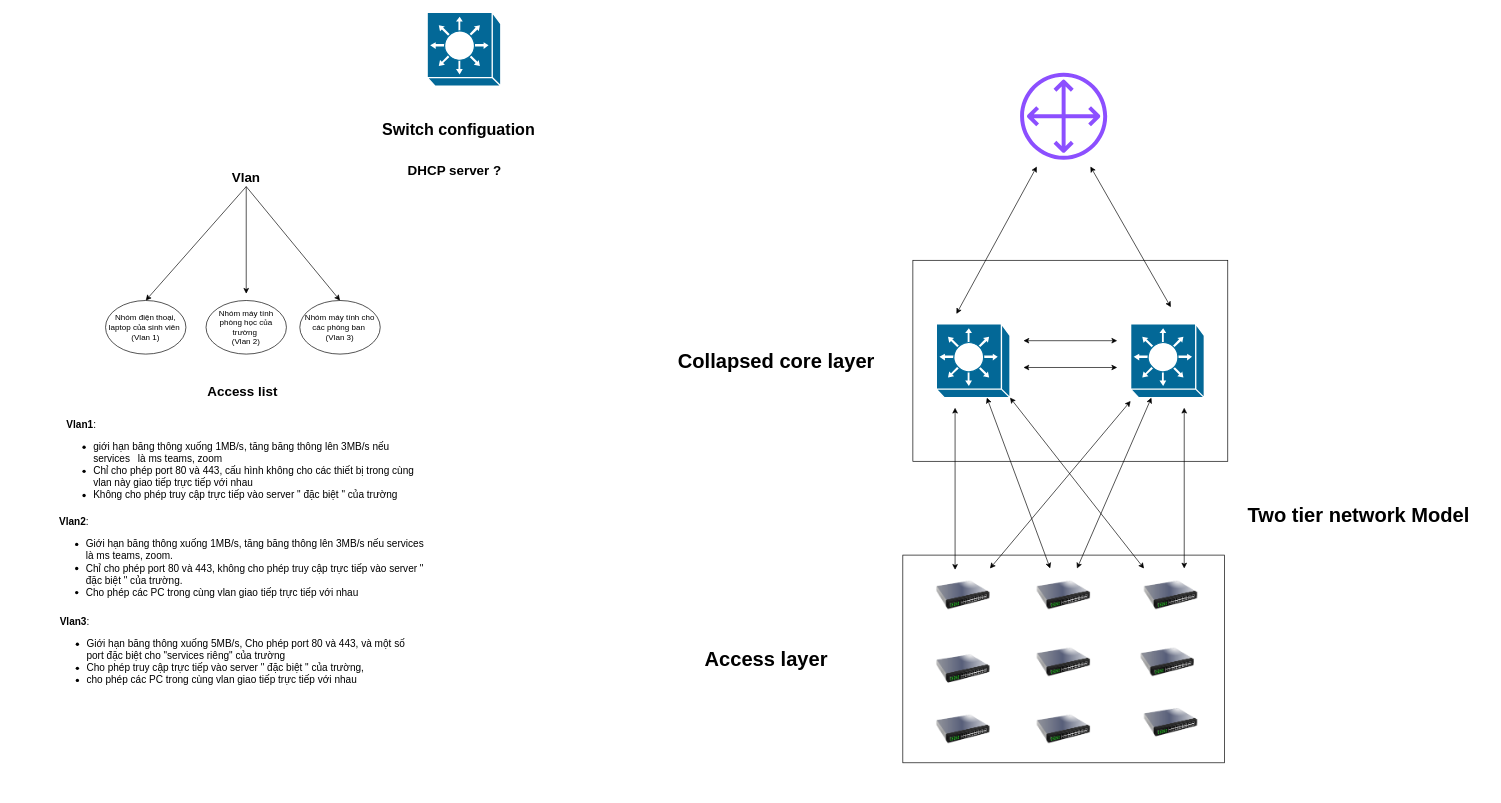
Above: page "logic" (2 of 2) of draft.drawio in UITProjects/NT113.O13.MMCL.Group4 (draw.io), before the change. Source tidied: cells renumbered, new cells numbered last; positions are measured from the earlier drawing's top-left corner, leaving out a move shared by most shapes. Both pictures are drawn from the tidied source at 67%, with x=0, y=0 at pixel (58, 12).
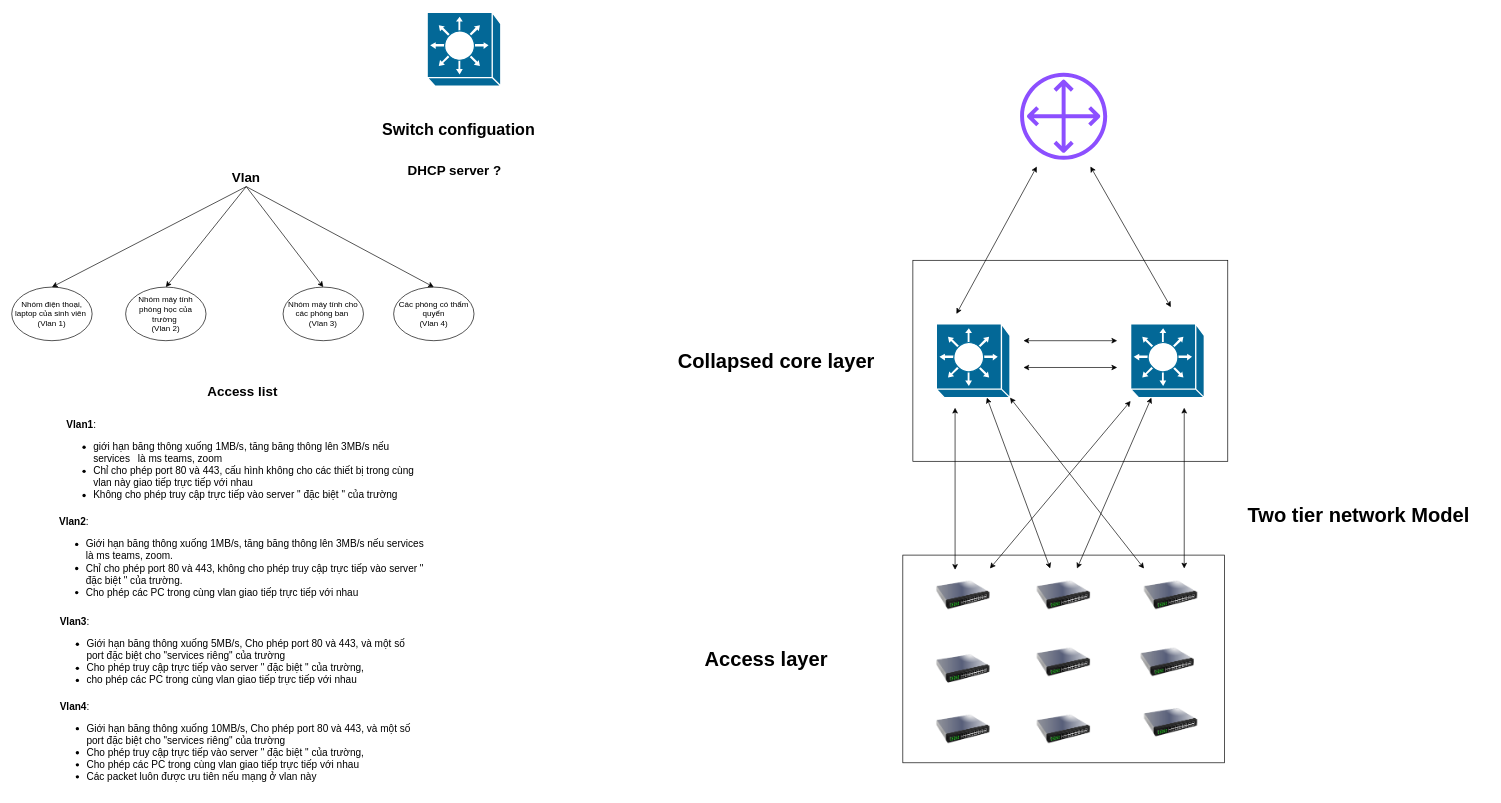
Above is the later version.

Commit message (it also covers changes not shown here):
chỉnh sửa sơ đồ mạng, logic, thêm định nghĩa các ACL

Unchanged cells that the change refers to:
```xml
<mxCell id="31" value="&lt;b&gt;&lt;font style=&quot;font-size: 20px;&quot;&gt;Vlan&lt;/font&gt;&lt;/b&gt;" style="text;html=1;strokeColor=none;fillColor=none;align=center;verticalAlign=middle;whiteSpace=wrap;rounded=0;" parent="1" vertex="1">
  <mxGeometry x="250" y="230" width="60" height="30" as="geometry" />
</mxCell>
```

Diff of the diagram source:
```diff
@@
     <mxCell id="27" value="Nhóm điện thoại, laptop của sinh viên&amp;nbsp;&lt;br&gt;(Vlan 1)" style="ellipse;whiteSpace=wrap;html=1;" parent="1" vertex="1">
-      <mxGeometry x="70" y="430" width="120" height="80" as="geometry" />
+      <mxGeometry x="-70" y="410" width="120" height="80" as="geometry" />
     </mxCell>
     <mxCell id="28" value="Nhóm máy tính phòng học của trường&amp;nbsp;&lt;br&gt;(Vlan 2)" style="ellipse;whiteSpace=wrap;html=1;" parent="1" vertex="1">
-      <mxGeometry x="220" y="430" width="120" height="80" as="geometry" />
+      <mxGeometry x="100" y="410" width="120" height="80" as="geometry" />
     </mxCell>
     <mxCell id="29" value="Nhóm máy tính cho các phòng ban&amp;nbsp;&lt;br&gt;(Vlan 3)" style="ellipse;whiteSpace=wrap;html=1;" parent="1" vertex="1">
-      <mxGeometry x="360" y="430" width="120" height="80" as="geometry" />
+      <mxGeometry x="335" y="410" width="120" height="80" as="geometry" />
     </mxCell>
@@
-    <mxCell id="34" style="endArrow=classic;html=1;rounded=0;exitX=0.5;exitY=1;exitDx=0;exitDy=0;" parent="1" edge="1" source="31">
-      <mxGeometry relative="1" as="geometry">
-        <mxPoint x="280" y="420" as="targetPoint" />
-      </mxGeometry>
+    <mxCell id="34" style="endArrow=classic;html=1;rounded=0;exitX=0.5;exitY=1;exitDx=0;exitDy=0;entryX=0.5;entryY=0;entryDx=0;entryDy=0;" parent="1" edge="1" source="31" target="28">
+      <mxGeometry relative="1" as="geometry" />
     </mxCell>
@@
+    <mxCell id="43" value="Các phòng có thẩm quyển&lt;br&gt;(Vlan 4)" style="ellipse;whiteSpace=wrap;html=1;" parent="1" vertex="1">
+      <mxGeometry x="500" y="410" width="120" height="80" as="geometry" />
+    </mxCell>
+    <mxCell id="44" style="endArrow=classic;html=1;rounded=0;exitX=0.5;exitY=1;exitDx=0;exitDy=0;entryX=0.5;entryY=0;entryDx=0;entryDy=0;" parent="1" edge="1" source="31" target="43">
+      <mxGeometry relative="1" as="geometry" />
+    </mxCell>
+    <mxCell id="45" value="&lt;font style=&quot;font-size: 15px;&quot;&gt;&lt;b&gt;Vlan4&lt;/b&gt;: &lt;br&gt;&lt;ul&gt;&lt;li&gt;&lt;font style=&quot;font-size: 15px;&quot;&gt;Giới hạn băng thông xuống 10MB/s, Cho phép port 80 và 443, và một số port đặc biệt cho &quot;services riêng&quot; của trường&amp;nbsp;&lt;/font&gt;&lt;/li&gt;&lt;li&gt;&lt;font style=&quot;font-size: 15px;&quot;&gt;Cho phép truy cập trực tiếp vào server &quot; đặc biệt &quot; của trường,&amp;nbsp;&lt;/font&gt;&lt;/li&gt;&lt;li&gt;&lt;font style=&quot;font-size: 15px;&quot;&gt;Cho phép các PC trong cùng vlan giao tiếp trực tiếp với nhau&lt;/font&gt;&lt;/li&gt;&lt;li&gt;Các packet luôn được ưu tiên nếu mạng ở vlan này&lt;/li&gt;&lt;/ul&gt;&lt;/font&gt;" style="text;html=1;strokeColor=none;fillColor=none;align=left;verticalAlign=middle;whiteSpace=wrap;rounded=0;" parent="1" vertex="1">
+      <mxGeometry y="1050" width="540" height="90" as="geometry" />
+    </mxCell>
```
